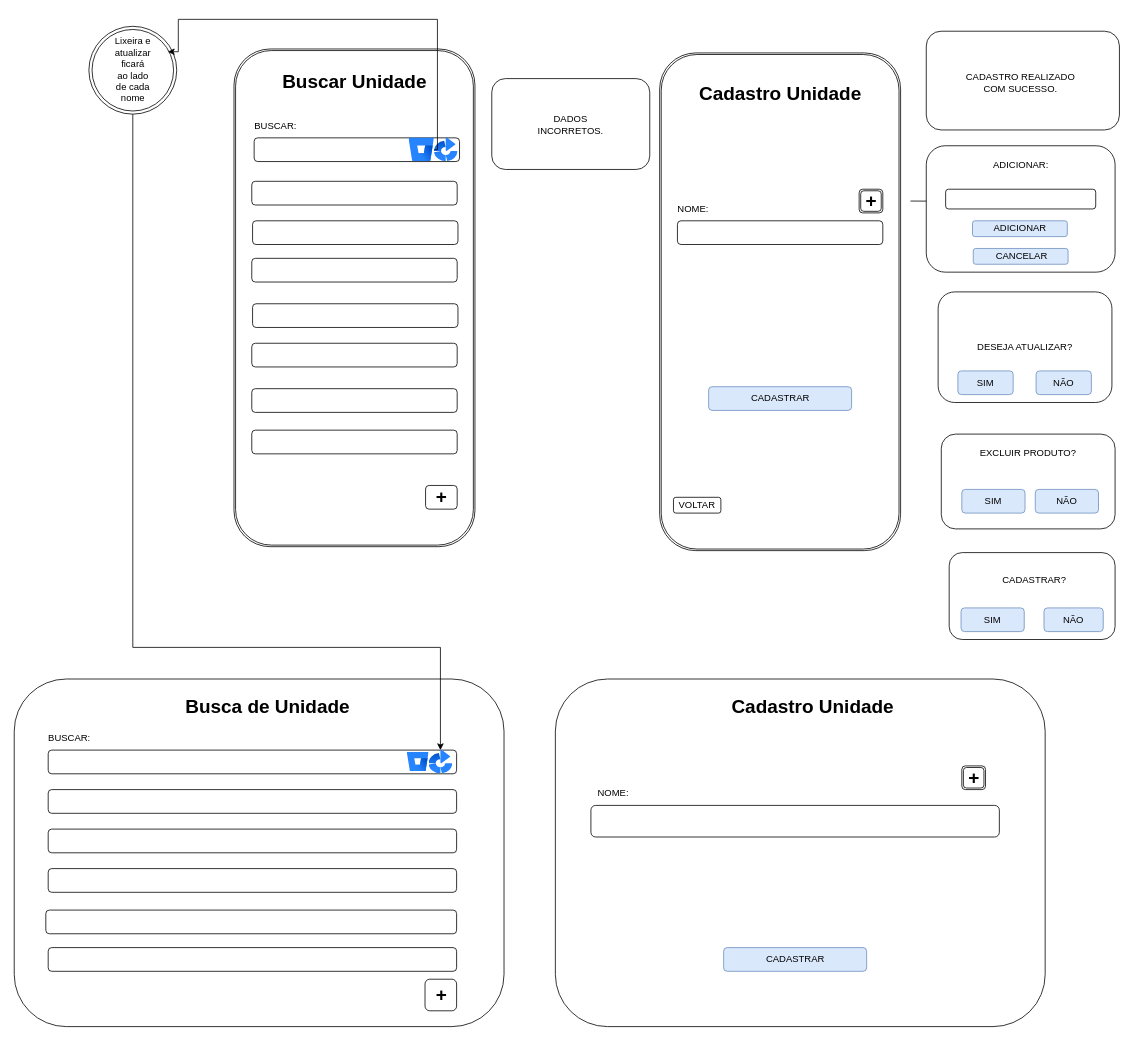
The draw.io diagram page "Página-6" (2 of 14) of DOC/tela.drawio in rafaelareisilva/avatar.app, before the edit. Source tidied: cells renumbered, new cells numbered last; positions are measured from the earlier drawing's top-left corner, leaving out a move shared by most shapes. Both pictures are drawn from the tidied source at 79%, with x=0, y=0 at pixel (14, 19).
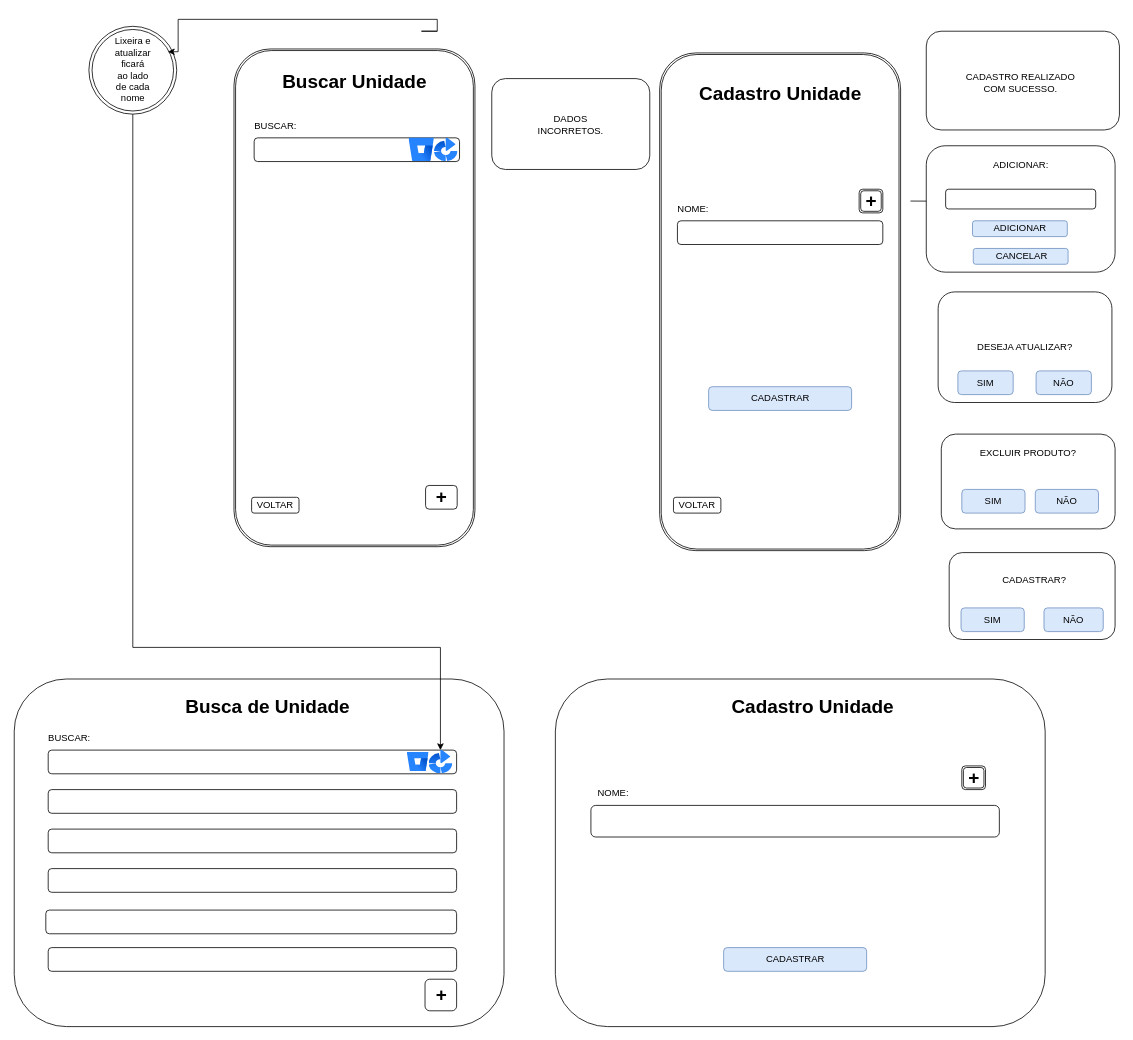
The same page after the edit.

Unchanged cells that the change refers to:
```xml
<mxCell id="33" style="image;html=1;image=img/lib/atlassian/Bitbucket_Logo.svg;" parent="1" vertex="1">
  <mxGeometry x="499.2" y="150" width="32" height="30" as="geometry" />
</mxCell>
```

The edit, as a diff of the source:
```diff
@@
-    <mxCell id="35" style="rounded=1;whiteSpace=wrap;html=1;" parent="1" vertex="1">
-      <mxGeometry x="300.2" y="205" width="260" height="30" as="geometry" />
-    </mxCell>
-    <mxCell id="36" style="rounded=1;whiteSpace=wrap;html=1;" parent="1" vertex="1">
-      <mxGeometry x="301.2" y="255" width="260" height="30" as="geometry" />
-    </mxCell>
-    <mxCell id="37" style="rounded=1;whiteSpace=wrap;html=1;" parent="1" vertex="1">
-      <mxGeometry x="300.2" y="302.5" width="260" height="30" as="geometry" />
-    </mxCell>
-    <mxCell id="38" style="rounded=1;whiteSpace=wrap;html=1;" parent="1" vertex="1">
-      <mxGeometry x="301.2" y="360" width="260" height="30" as="geometry" />
-    </mxCell>
-    <mxCell id="39" style="rounded=1;whiteSpace=wrap;html=1;" parent="1" vertex="1">
-      <mxGeometry x="300.2" y="410" width="260" height="30" as="geometry" />
-    </mxCell>
-    <mxCell id="40" style="rounded=1;whiteSpace=wrap;html=1;" parent="1" vertex="1">
-      <mxGeometry x="300.2" y="467.5" width="260" height="30" as="geometry" />
-    </mxCell>
-    <mxCell id="41" style="rounded=1;whiteSpace=wrap;html=1;" parent="1" vertex="1">
-      <mxGeometry x="300.2" y="520" width="260" height="30" as="geometry" />
-    </mxCell>
@@
-    <mxCell id="46" style="edgeStyle=orthogonalEdgeStyle;rounded=0;jettySize=auto;html=1;" parent="1" edge="1" source="33">
+    <mxCell id="46" style="edgeStyle=orthogonalEdgeStyle;rounded=0;orthogonalLoop=1;jettySize=auto;html=1;" parent="1" edge="1">
       <mxGeometry relative="1" as="geometry">
+        <mxPoint x="535" y="15" as="sourcePoint" />
         <mxPoint x="194" y="41" as="targetPoint" />
         <Array as="points">
-          <mxPoint x="535.2" y="165" />
-          <mxPoint x="535.2" />
-          <mxPoint x="207.2" />
+          <mxPoint x="515" y="15" />
+          <mxPoint x="535" y="15" />
+          <mxPoint x="535" />
+          <mxPoint x="207" />
+          <mxPoint x="207" y="41" />
         </Array>
       </mxGeometry>
     </mxCell>
@@
+    <mxCell id="71" value="VOLTAR" style="rounded=1;whiteSpace=wrap;html=1;" parent="1" vertex="1">
+      <mxGeometry x="300" y="605" width="60" height="20" as="geometry" />
+    </mxCell>
```
